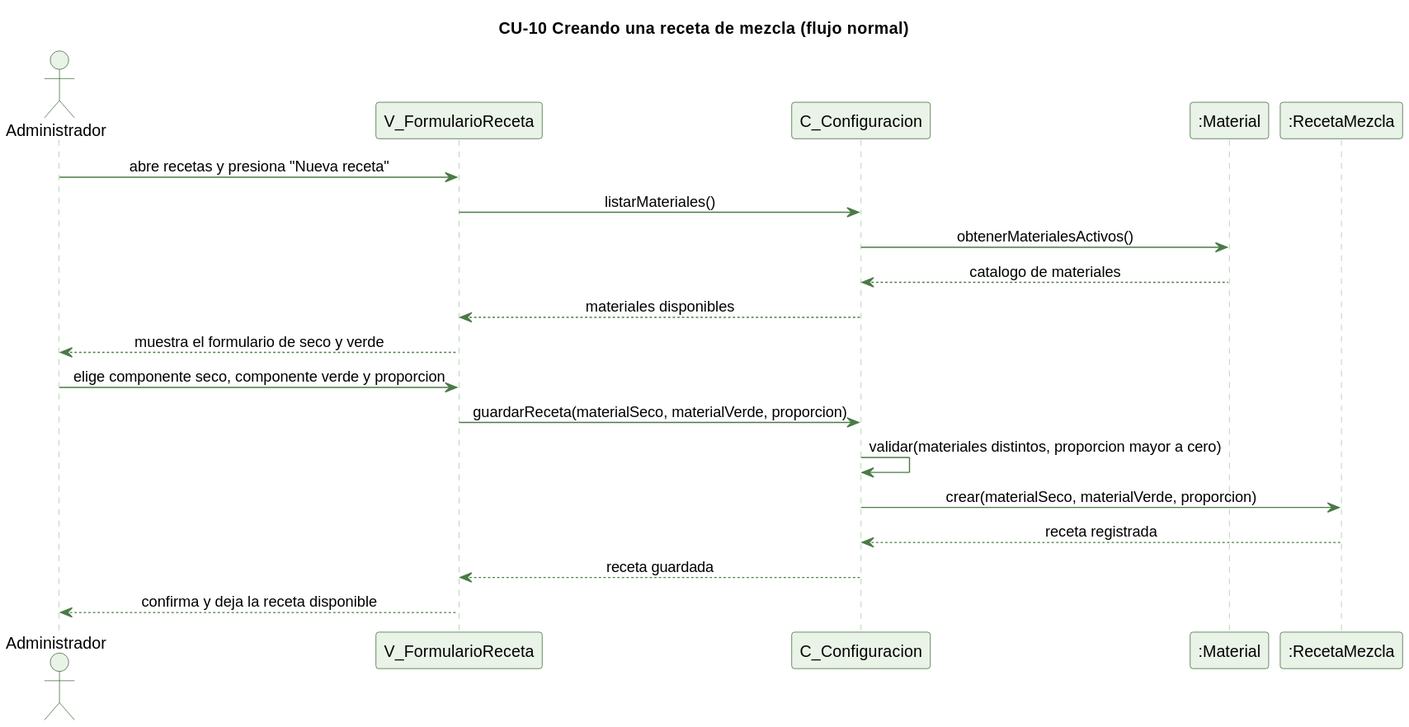
The PlantUML diagram docs/trabajo-grupal/diagramas/secuencias/cu10-receta-mezcla-normal.svg in kenjikaese/Triverde, before a commit.
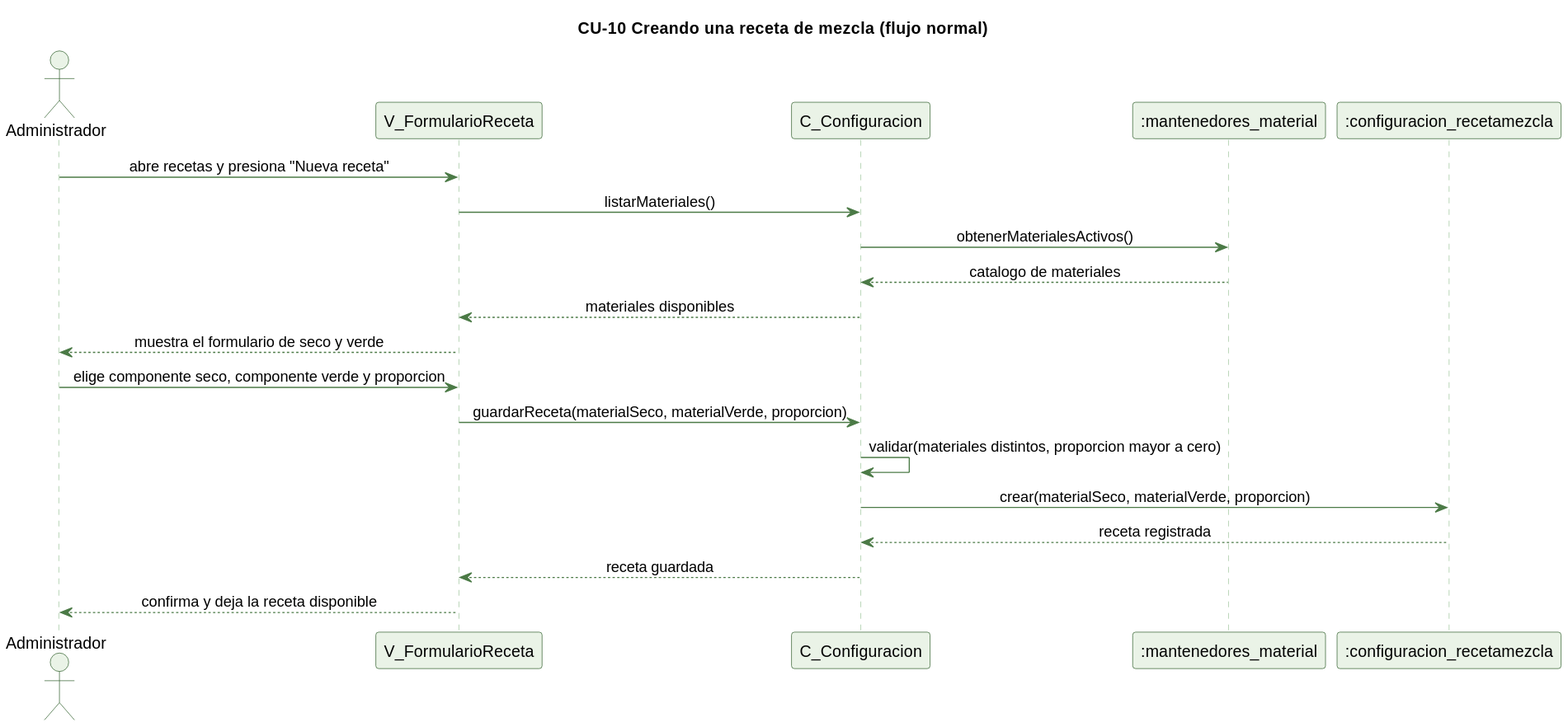
Later version of the same file.

What changed in the source:
```diff
@@ -15,8 +15,8 @@
 actor Administrador
 participant "V_FormularioReceta" as V
 participant "C_Configuracion" as C
-participant ":Material" as M
-participant ":RecetaMezcla" as RM
+participant ":mantenedores_material" as M
+participant ":configuracion_recetamezcla" as RM
 
 Administrador -> V : abre recetas y presiona "Nueva receta"
 V -> C : listarMateriales()
```
